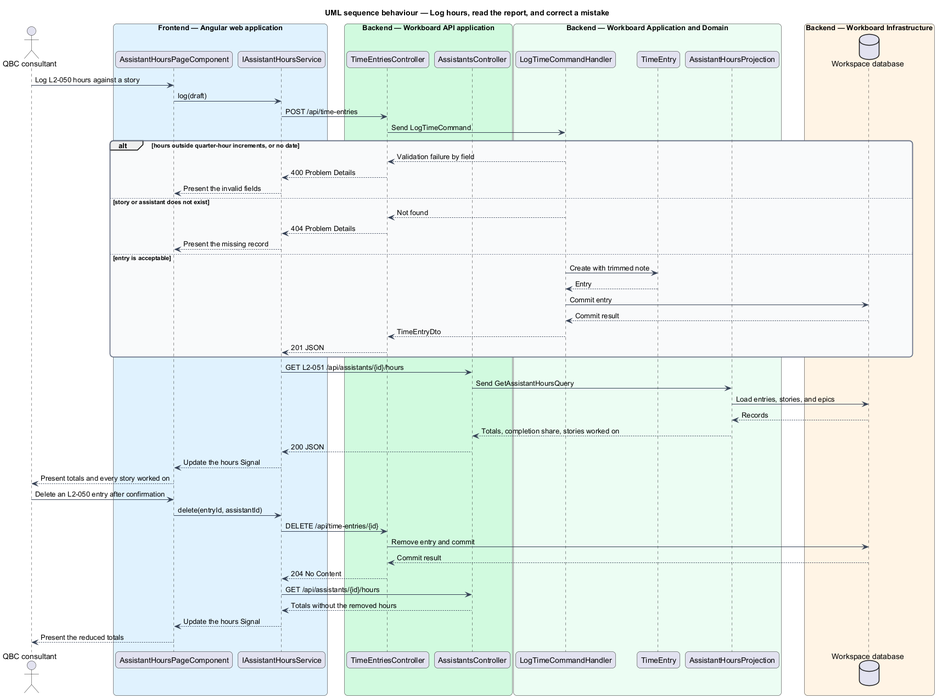
The PlantUML diagram docs/detailed-designs/work-items/log-hours-against-a-story/diagrams/sequence-log-hours.png in QuinntyneBrown/quinntyne-brown-consulting, before a commit.
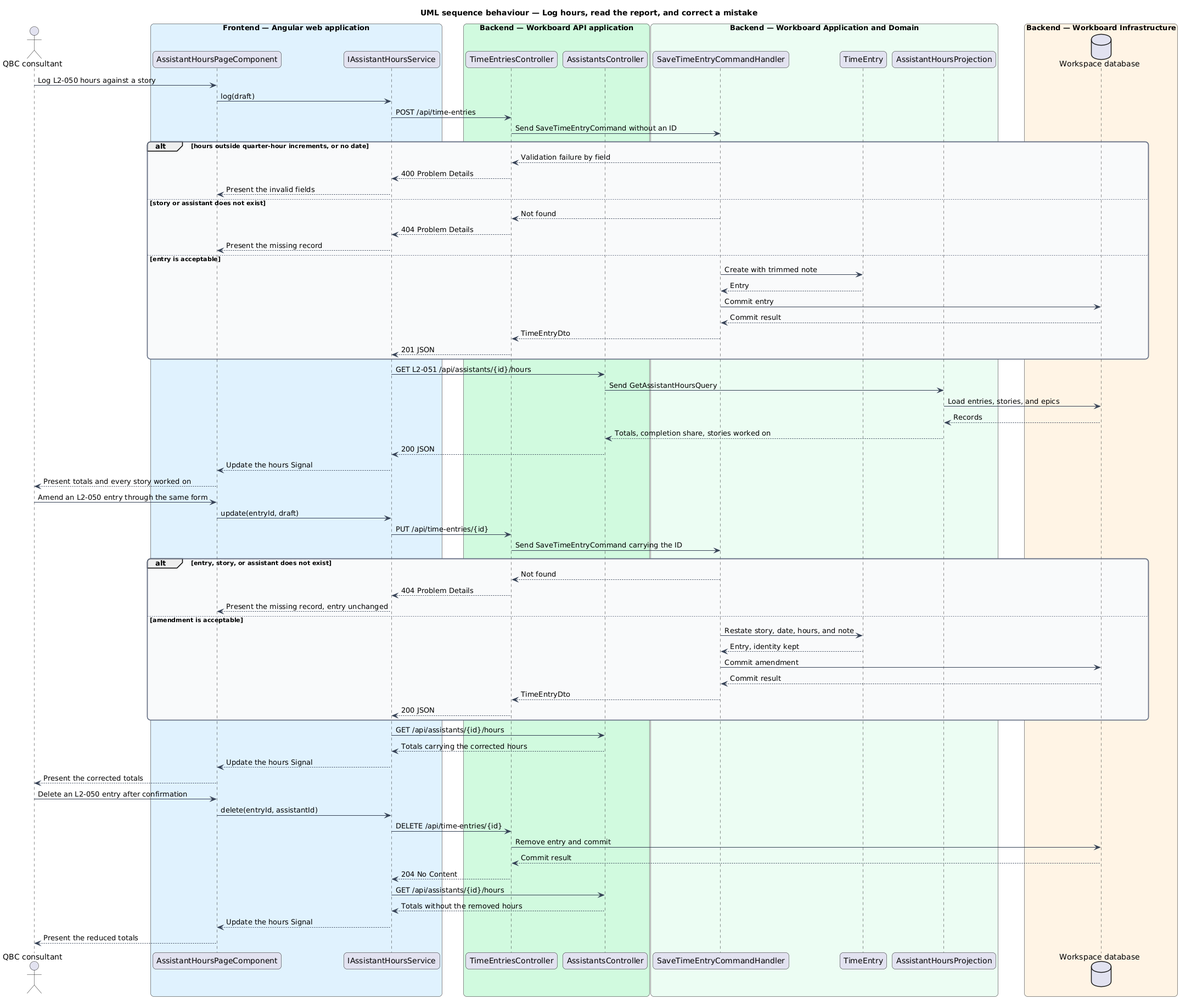
After the change.

The edit, as a diff of the source:
```diff
@@ -24,7 +24,7 @@
   participant "AssistantsController" as assistants
 end box
 box "Backend — Workboard Application and Domain" #ECFDF3
-  participant "LogTimeCommandHandler" as handler
+  participant "SaveTimeEntryCommandHandler" as handler
   participant "TimeEntry" as entry
   participant "AssistantHoursProjection" as projection
 end box
@@ -35,7 +35,7 @@
 actor -> page : Log L2-050 hours against a story
 page -> service : log(draft)
 service -> entries : POST /api/time-entries
-entries -> handler : Send LogTimeCommand
+entries -> handler : Send SaveTimeEntryCommand without an ID
 alt hours outside quarter-hour increments, or no date
   handler --> entries : Validation failure by field
   entries --> service : 400 Problem Details
@@ -61,6 +61,27 @@
 service --> page : Update the hours Signal
 page --> actor : Present totals and every story worked on
 
+actor -> page : Amend an L2-050 entry through the same form
+page -> service : update(entryId, draft)
+service -> entries : PUT /api/time-entries/{id}
+entries -> handler : Send SaveTimeEntryCommand carrying the ID
+alt entry, story, or assistant does not exist
+  handler --> entries : Not found
+  entries --> service : 404 Problem Details
+  service --> page : Present the missing record, entry unchanged
+else amendment is acceptable
+  handler -> entry : Restate story, date, hours, and note
+  entry --> handler : Entry, identity kept
+  handler -> db : Commit amendment
+  db --> handler : Commit result
+  handler --> entries : TimeEntryDto
+  entries --> service : 200 JSON
+end
+service -> assistants : GET /api/assistants/{id}/hours
+assistants --> service : Totals carrying the corrected hours
+service --> page : Update the hours Signal
+page --> actor : Present the corrected totals
+
 actor -> page : Delete an L2-050 entry after confirmation
 page -> service : delete(entryId, assistantId)
 service -> entries : DELETE /api/time-entries/{id}
```
